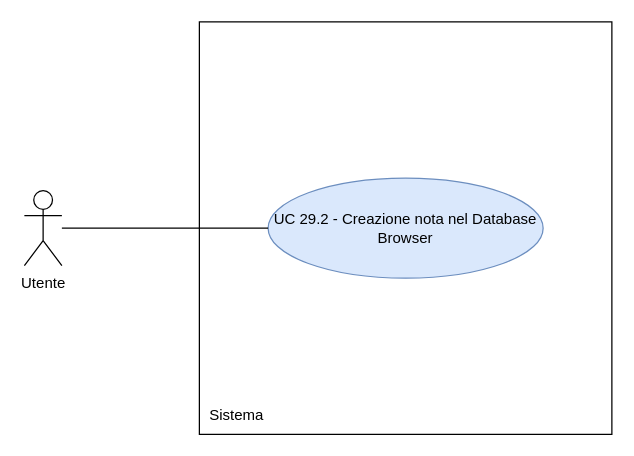
This is RTB/doc_esterna/analisi-dei-requisiti/assets/draw.io/UC29.2.drawio from thebitless-group-swe/thebitless.github.io, a draw.io file, before an edit. Source tidied: cells renumbered, new cells numbered last; positions are measured from the earlier drawing's top-left corner, leaving out a move shared by most shapes. Both pictures are drawn from the tidied source at 125%, with x=0, y=0 at pixel (24, 21).
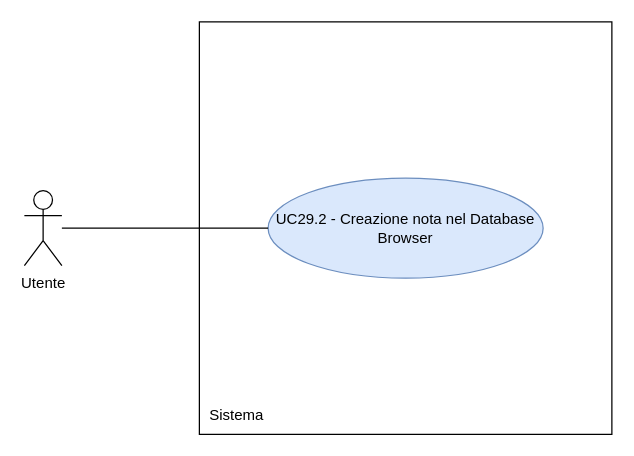
Above is the later version.

Diff of the diagram source:
```diff
@@
 <mxGraphModel>
   <root>
     <mxCell id="0" />
     <mxCell id="1" parent="0" />
     <mxCell id="2" value="Utente" style="shape=umlActor;verticalLabelPosition=bottom;verticalAlign=top;html=1;outlineConnect=0;" parent="1" vertex="1">
       <mxGeometry y="135" width="30" height="60" as="geometry" />
     </mxCell>
     <mxCell id="3" style="whiteSpace=wrap;html=1;" parent="1" vertex="1">
       <mxGeometry x="140" width="330" height="330" as="geometry" />
     </mxCell>
     <mxCell id="4" value="Sistema" style="text;html=1;whiteSpace=wrap;strokeColor=none;fillColor=none;align=center;verticalAlign=middle;rounded=0;" parent="1" vertex="1">
       <mxGeometry x="140" y="300" width="60" height="30" as="geometry" />
     </mxCell>
-    <mxCell id="5" value="UC 29.2 - Creazione nota nel Database Browser" style="ellipse;whiteSpace=wrap;html=1;fillColor=#dae8fc;strokeColor=#6c8ebf;" parent="1" vertex="1">
+    <mxCell id="5" value="UC29.2 - Creazione nota nel Database Browser" style="ellipse;whiteSpace=wrap;html=1;fillColor=#dae8fc;strokeColor=#6c8ebf;" parent="1" vertex="1">
       <mxGeometry x="195" y="125" width="220" height="80" as="geometry" />
     </mxCell>
     <mxCell id="6" style="edgeStyle=none;rounded=0;jettySize=auto;html=1;endArrow=none;endFill=0;" parent="1" edge="1" source="2" target="5">
       <mxGeometry relative="1" as="geometry" />
     </mxCell>
   </root>
 </mxGraphModel>
```
